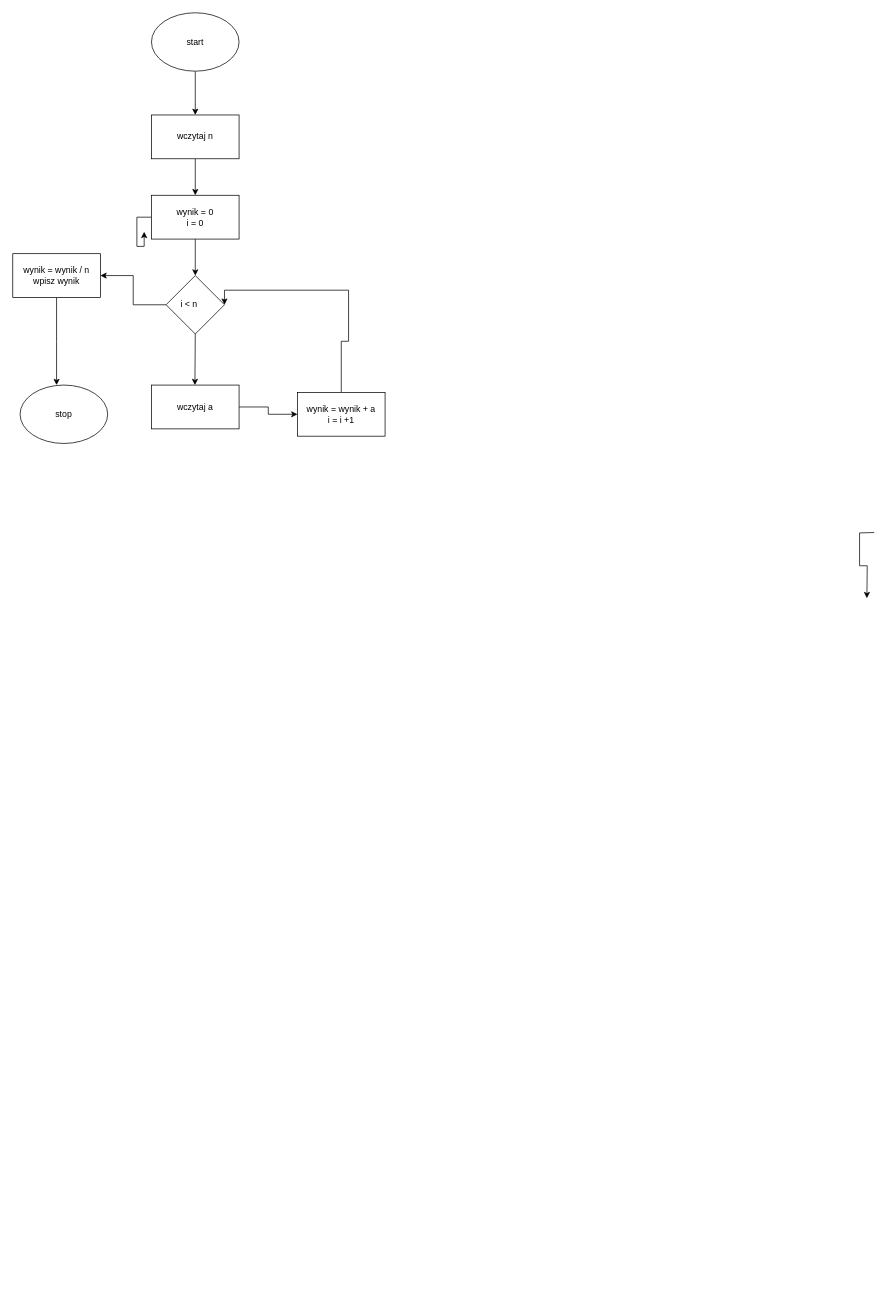
This is Diagram bez tytułu.drawio from ziomus2234/algorytmy, a draw.io file, before an edit. Source tidied: cells renumbered, new cells numbered last; positions are measured from the earlier drawing's top-left corner, leaving out a move shared by most shapes. Both pictures are drawn from the tidied source at 73%, with x=0, y=0 at pixel (12, 12).
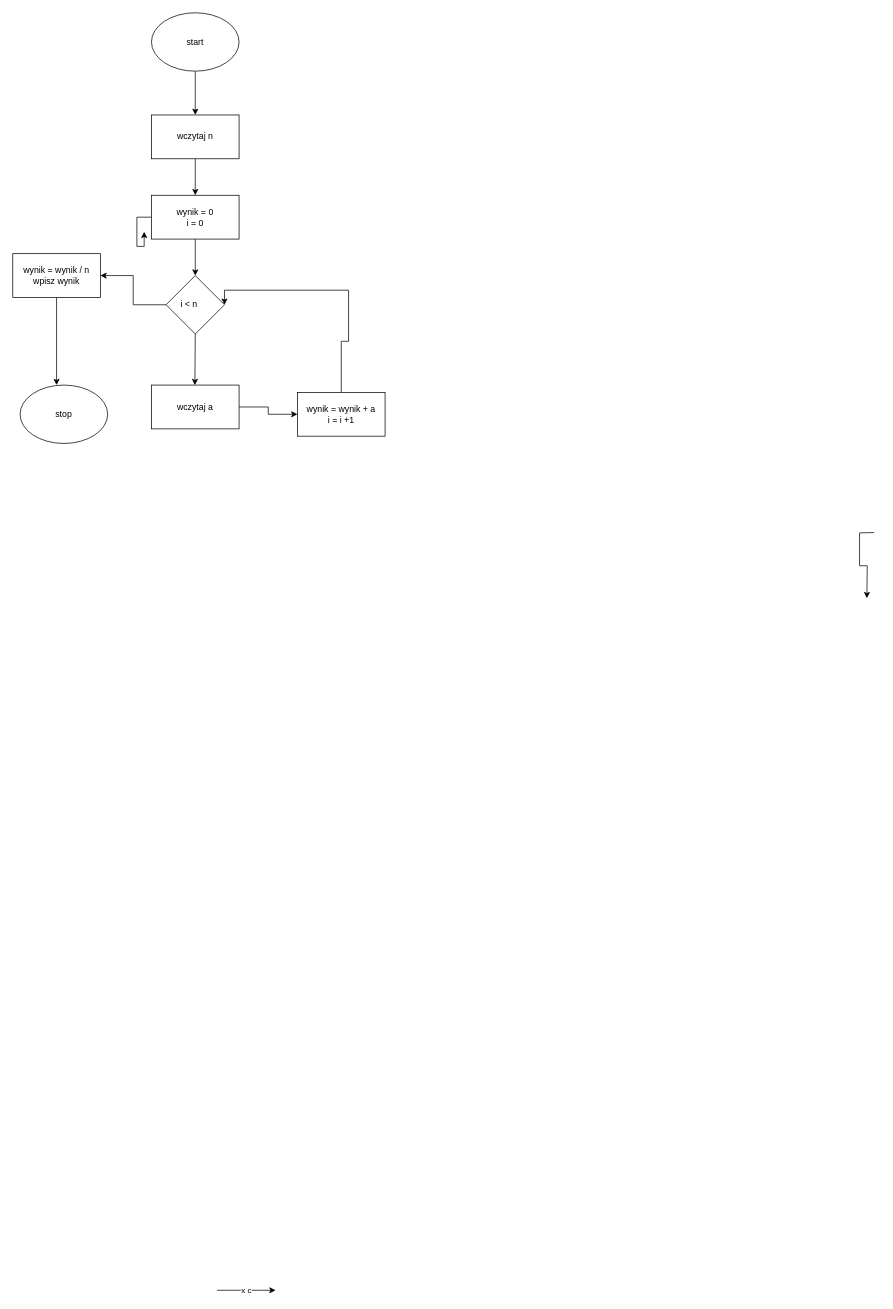
The same page after the edit.

Change to the diagram source:
```diff
@@
+    <mxCell id="20" value="x c" style="edgeStyle=none;orthogonalLoop=1;jettySize=auto;html=1;rounded=0;" parent="1" edge="1">
+      <mxGeometry relative="1" as="geometry">
+        <mxPoint x="280" y="1750" as="sourcePoint" />
+        <mxPoint x="360" y="1750" as="targetPoint" />
+      </mxGeometry>
+    </mxCell>
```
